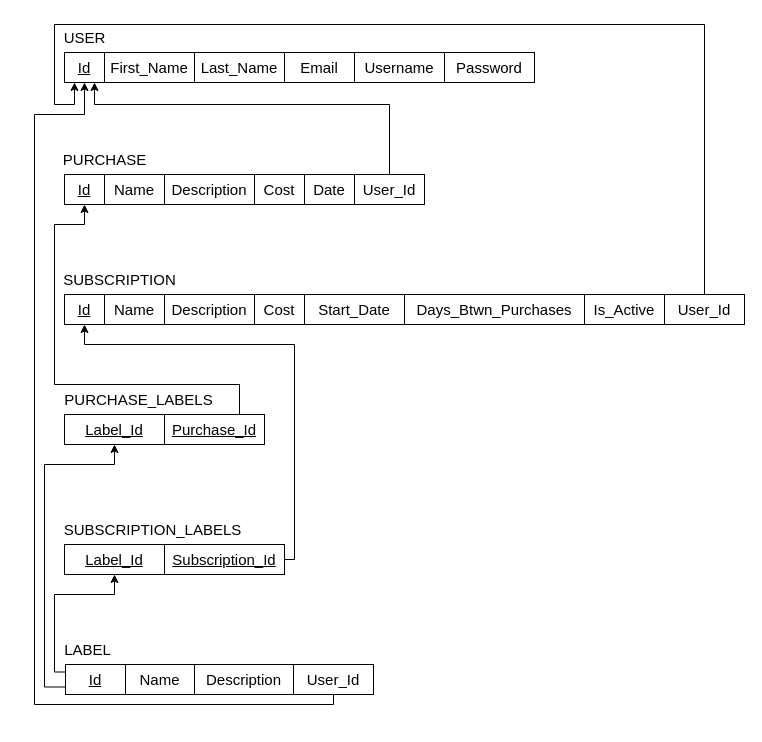
honey-ham/spendthrift-db keeps this draw.io diagram as diagrams/Spendthrift_RM_Diagram_1.0.drawio. Above is the earlier version. Source tidied: cells renumbered, new cells numbered last; positions are measured from the earlier drawing's top-left corner, leaving out a move shared by most shapes. Both pictures are drawn from the tidied source at 100%, with x=0, y=0 at pixel (34, 22).
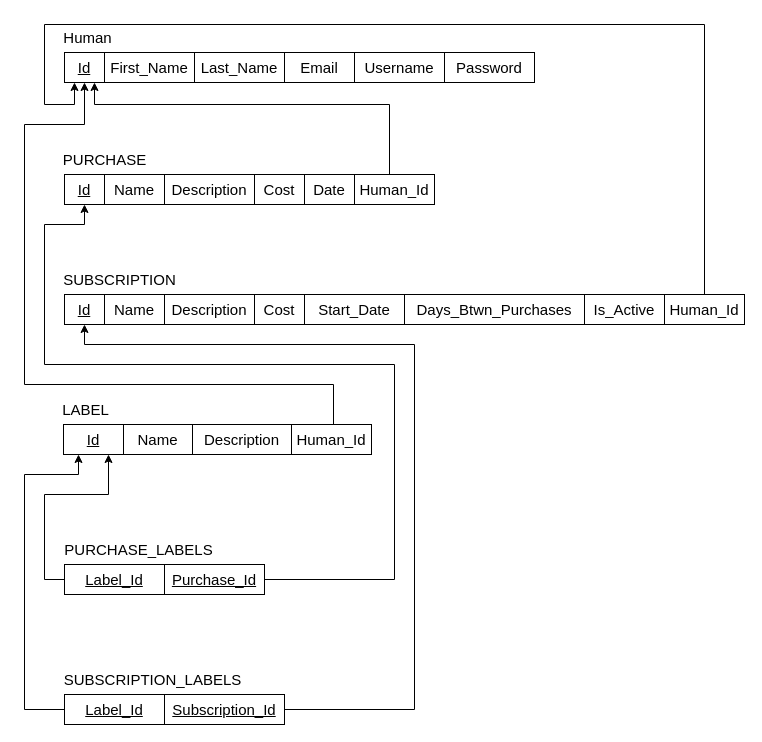
The same diagram, later.

The change refers to these unchanged cells:
```xml
<mxCell id="3" value="&lt;font style=&quot;font-size: 15px;&quot;&gt;&lt;u&gt;Id&lt;/u&gt;&lt;/font&gt;" style="rounded=0;whiteSpace=wrap;html=1;" parent="1" vertex="1">
  <mxGeometry x="30" y="30" width="40" height="30" as="geometry" />
</mxCell>
<mxCell id="11" value="&lt;font style=&quot;font-size: 15px;&quot;&gt;&lt;u&gt;Id&lt;/u&gt;&lt;/font&gt;" style="rounded=0;whiteSpace=wrap;html=1;" parent="1" vertex="1">
  <mxGeometry x="30" y="152" width="40" height="30" as="geometry" />
</mxCell>
<mxCell id="20" value="&lt;font style=&quot;font-size: 15px;&quot;&gt;&lt;u&gt;Id&lt;/u&gt;&lt;/font&gt;" style="rounded=0;whiteSpace=wrap;html=1;" parent="1" vertex="1">
  <mxGeometry x="30" y="272" width="40" height="30" as="geometry" />
</mxCell>
```

What changed in the source:
```diff
@@
-    <mxCell id="2" value="&lt;font style=&quot;font-size: 15px;&quot;&gt;USER&lt;/font&gt;" style="text;html=1;align=center;verticalAlign=middle;strokeColor=none;fillColor=none;" parent="1" vertex="1">
-      <mxGeometry x="15" width="70" height="30" as="geometry" />
+    <mxCell id="2" value="&lt;font style=&quot;font-size: 15px;&quot;&gt;Human&lt;/font&gt;" style="text;html=1;align=center;verticalAlign=middle;strokeColor=none;fillColor=none;" parent="1" vertex="1">
+      <mxGeometry x="18" width="70" height="30" as="geometry" />
     </mxCell>
@@
     <mxCell id="10" value="&lt;font style=&quot;font-size: 15px;&quot;&gt;LABEL&lt;/font&gt;" style="text;html=1;align=center;verticalAlign=middle;strokeColor=none;fillColor=none;" parent="1" vertex="1">
-      <mxGeometry x="18" y="612" width="70" height="30" as="geometry" />
+      <mxGeometry x="16" y="372" width="70" height="30" as="geometry" />
     </mxCell>
@@
-    <mxCell id="16" style="edgeStyle=orthogonalEdgeStyle;rounded=0;jettySize=auto;html=1;exitX=0;exitY=0.25;exitDx=0;exitDy=0;" parent="1" edge="1" source="18" target="36">
-      <mxGeometry relative="1" as="geometry">
-        <Array as="points">
-          <mxPoint x="20" y="650" />
-          <mxPoint x="20" y="572" />
-          <mxPoint x="80" y="572" />
-        </Array>
-      </mxGeometry>
-    </mxCell>
-    <mxCell id="17" style="edgeStyle=orthogonalEdgeStyle;rounded=0;jettySize=auto;html=1;entryX=0.5;entryY=1;entryDx=0;entryDy=0;exitX=0;exitY=0.75;exitDx=0;exitDy=0;" parent="1" edge="1" source="18" target="33">
-      <mxGeometry relative="1" as="geometry">
-        <Array as="points">
-          <mxPoint x="10" y="665" />
-          <mxPoint x="10" y="442" />
-          <mxPoint x="80" y="442" />
-        </Array>
-      </mxGeometry>
-    </mxCell>
     <mxCell id="18" value="&lt;font style=&quot;font-size: 15px;&quot;&gt;&lt;u&gt;Id&lt;/u&gt;&lt;/font&gt;" style="rounded=0;whiteSpace=wrap;html=1;" parent="1" vertex="1">
-      <mxGeometry x="31" y="642" width="60" height="30" as="geometry" />
+      <mxGeometry x="29" y="402" width="60" height="30" as="geometry" />
     </mxCell>
     <mxCell id="19" value="&lt;font style=&quot;font-size: 15px;&quot;&gt;Name&lt;/font&gt;" style="rounded=0;whiteSpace=wrap;html=1;" parent="1" vertex="1">
-      <mxGeometry x="91" y="642" width="69" height="30" as="geometry" />
+      <mxGeometry x="89" y="402" width="69" height="30" as="geometry" />
     </mxCell>
@@
     <mxCell id="27" style="edgeStyle=orthogonalEdgeStyle;rounded=0;jettySize=auto;html=1;entryX=0.25;entryY=1;entryDx=0;entryDy=0;" parent="1" edge="1" source="28" target="3">
       <mxGeometry relative="1" as="geometry">
         <Array as="points">
           <mxPoint x="670" y="2" />
-          <mxPoint x="20" y="2" />
-          <mxPoint x="20" y="82" />
+          <mxPoint x="10" y="2" />
+          <mxPoint x="10" y="82" />
           <mxPoint x="40" y="82" />
         </Array>
       </mxGeometry>
     </mxCell>
-    <mxCell id="28" value="&lt;span style=&quot;font-size: 15px;&quot;&gt;User_Id&lt;/span&gt;" style="rounded=0;whiteSpace=wrap;html=1;" parent="1" vertex="1">
+    <mxCell id="28" value="&lt;span style=&quot;font-size: 15px;&quot;&gt;Human_Id&lt;/span&gt;" style="rounded=0;whiteSpace=wrap;html=1;" parent="1" vertex="1">
       <mxGeometry x="630" y="272" width="80" height="30" as="geometry" />
     </mxCell>
@@
-    <mxCell id="30" value="&lt;font style=&quot;font-size: 15px;&quot;&gt;User_Id&lt;/font&gt;" style="rounded=0;whiteSpace=wrap;html=1;" parent="1" vertex="1">
-      <mxGeometry x="320" y="152" width="70" height="30" as="geometry" />
+    <mxCell id="30" value="&lt;font style=&quot;font-size: 15px;&quot;&gt;Human_Id&lt;/font&gt;" style="rounded=0;whiteSpace=wrap;html=1;" parent="1" vertex="1">
+      <mxGeometry x="320" y="152" width="80" height="30" as="geometry" />
     </mxCell>
+    <mxCell id="43" style="edgeStyle=orthogonalEdgeStyle;rounded=0;jettySize=auto;html=1;exitX=0;exitY=0.5;exitDx=0;exitDy=0;entryX=0.75;entryY=1;entryDx=0;entryDy=0;" parent="1" edge="1" source="33" target="18">
+      <mxGeometry relative="1" as="geometry">
+        <Array as="points">
+          <mxPoint x="10" y="557" />
+          <mxPoint x="10" y="472" />
+          <mxPoint x="74" y="472" />
+        </Array>
+      </mxGeometry>
+    </mxCell>
     <mxCell id="31" value="&lt;span style=&quot;font-size: 15px;&quot;&gt;PURCHASE_LABELS&lt;/span&gt;" style="text;html=1;align=center;verticalAlign=middle;strokeColor=none;fillColor=none;" parent="1" vertex="1">
-      <mxGeometry x="19" y="362" width="170" height="30" as="geometry" />
+      <mxGeometry x="19" y="512" width="170" height="30" as="geometry" />
     </mxCell>
     <mxCell id="32" value="&lt;span style=&quot;font-size: 15px;&quot;&gt;SUBSCRIPTION_LABELS&lt;/span&gt;" style="text;html=1;align=center;verticalAlign=middle;strokeColor=none;fillColor=none;" parent="1" vertex="1">
-      <mxGeometry x="18" y="492" width="200" height="30" as="geometry" />
+      <mxGeometry x="18" y="642" width="200" height="30" as="geometry" />
     </mxCell>
     <mxCell id="33" value="&lt;font style=&quot;font-size: 15px;&quot;&gt;&lt;u&gt;Label_Id&lt;/u&gt;&lt;/font&gt;" style="rounded=0;whiteSpace=wrap;html=1;" parent="1" vertex="1">
-      <mxGeometry x="30" y="392" width="100" height="30" as="geometry" />
+      <mxGeometry x="30" y="542" width="100" height="30" as="geometry" />
     </mxCell>
-    <mxCell id="34" style="edgeStyle=orthogonalEdgeStyle;rounded=0;jettySize=auto;html=1;entryX=0.5;entryY=1;entryDx=0;entryDy=0;exitX=0.75;exitY=0;exitDx=0;exitDy=0;" parent="1" edge="1" source="35" target="11">
+    <mxCell id="34" style="edgeStyle=orthogonalEdgeStyle;rounded=0;jettySize=auto;html=1;entryX=0.5;entryY=1;entryDx=0;entryDy=0;exitX=1;exitY=0.5;exitDx=0;exitDy=0;" parent="1" edge="1" source="35" target="11">
       <mxGeometry relative="1" as="geometry">
         <Array as="points">
-          <mxPoint x="205" y="362" />
-          <mxPoint x="20" y="362" />
-          <mxPoint x="20" y="202" />
+          <mxPoint x="360" y="557" />
+          <mxPoint x="360" y="342" />
+          <mxPoint x="10" y="342" />
+          <mxPoint x="10" y="202" />
           <mxPoint x="50" y="202" />
         </Array>
       </mxGeometry>
     </mxCell>
     <mxCell id="35" value="&lt;span style=&quot;font-size: 15px;&quot;&gt;&lt;u&gt;Purchase_Id&lt;/u&gt;&lt;/span&gt;" style="rounded=0;whiteSpace=wrap;html=1;" parent="1" vertex="1">
-      <mxGeometry x="130" y="392" width="100" height="30" as="geometry" />
+      <mxGeometry x="130" y="542" width="100" height="30" as="geometry" />
     </mxCell>
+    <mxCell id="44" style="edgeStyle=orthogonalEdgeStyle;rounded=0;jettySize=auto;html=1;entryX=0.25;entryY=1;entryDx=0;entryDy=0;" parent="1" edge="1" source="36" target="18">
+      <mxGeometry relative="1" as="geometry">
+        <Array as="points">
+          <mxPoint x="-10" y="687" />
+          <mxPoint x="-10" y="452" />
+          <mxPoint x="44" y="452" />
+        </Array>
+      </mxGeometry>
+    </mxCell>
     <mxCell id="36" value="&lt;font style=&quot;font-size: 15px;&quot;&gt;&lt;u&gt;Label_Id&lt;/u&gt;&lt;/font&gt;" style="rounded=0;whiteSpace=wrap;html=1;" parent="1" vertex="1">
-      <mxGeometry x="30" y="522" width="100" height="30" as="geometry" />
+      <mxGeometry x="30" y="672" width="100" height="30" as="geometry" />
     </mxCell>
     <mxCell id="37" style="edgeStyle=orthogonalEdgeStyle;rounded=0;jettySize=auto;html=1;entryX=0.5;entryY=1;entryDx=0;entryDy=0;" parent="1" edge="1" source="38" target="20">
       <mxGeometry relative="1" as="geometry">
         <Array as="points">
-          <mxPoint x="260" y="537" />
-          <mxPoint x="260" y="322" />
+          <mxPoint x="380" y="687" />
+          <mxPoint x="380" y="322" />
           <mxPoint x="50" y="322" />
         </Array>
       </mxGeometry>
     </mxCell>
     <mxCell id="38" value="&lt;font style=&quot;font-size: 15px;&quot;&gt;&lt;u&gt;Subscription_Id&lt;/u&gt;&lt;/font&gt;" style="rounded=0;whiteSpace=wrap;html=1;" parent="1" vertex="1">
-      <mxGeometry x="130" y="522" width="120" height="30" as="geometry" />
+      <mxGeometry x="130" y="672" width="120" height="30" as="geometry" />
     </mxCell>
     <mxCell id="39" value="&lt;font style=&quot;font-size: 15px;&quot;&gt;Description&lt;/font&gt;" style="rounded=0;whiteSpace=wrap;html=1;" parent="1" vertex="1">
-      <mxGeometry x="160" y="642" width="99" height="30" as="geometry" />
+      <mxGeometry x="158" y="402" width="99" height="30" as="geometry" />
     </mxCell>
     <mxCell id="40" style="edgeStyle=orthogonalEdgeStyle;rounded=0;jettySize=auto;html=1;entryX=0.5;entryY=1;entryDx=0;entryDy=0;" parent="1" edge="1" source="41" target="3">
       <mxGeometry relative="1" as="geometry">
         <Array as="points">
-          <mxPoint x="299" y="682" />
-          <mxPoint y="682" />
-          <mxPoint y="92" />
-          <mxPoint x="50" y="92" />
+          <mxPoint x="299" y="362" />
+          <mxPoint x="-10" y="362" />
+          <mxPoint x="-10" y="102" />
+          <mxPoint x="50" y="102" />
         </Array>
       </mxGeometry>
     </mxCell>
-    <mxCell id="41" value="&lt;font style=&quot;font-size: 15px;&quot;&gt;User_Id&lt;/font&gt;" style="rounded=0;whiteSpace=wrap;html=1;" parent="1" vertex="1">
-      <mxGeometry x="259" y="642" width="80" height="30" as="geometry" />
+    <mxCell id="41" value="&lt;font style=&quot;font-size: 15px;&quot;&gt;Human_Id&lt;/font&gt;" style="rounded=0;whiteSpace=wrap;html=1;" parent="1" vertex="1">
+      <mxGeometry x="257" y="402" width="80" height="30" as="geometry" />
     </mxCell>
```
